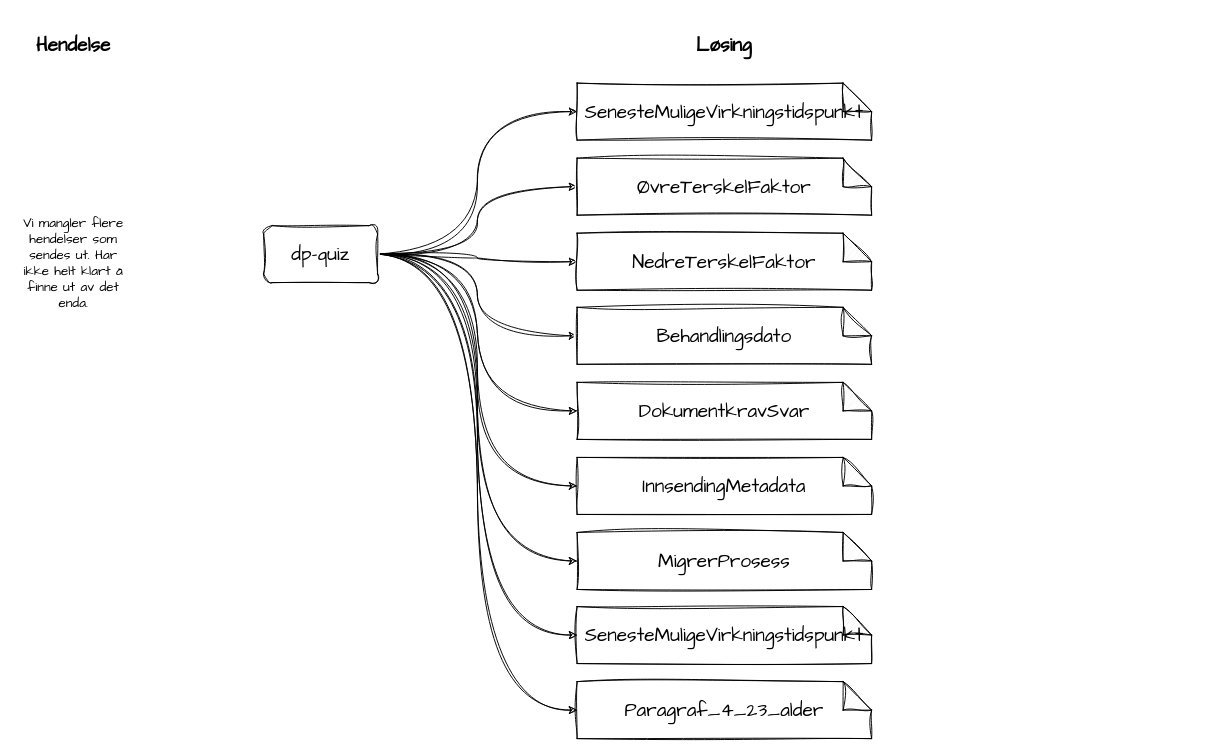
Earlier version of the draw.io diagram docs/innbyggerflater/dp-quiz-publiserer-hendelser.drawio (navikt/dp-dokumentasjon). Source tidied: cells renumbered, new cells numbered last; positions are measured from the earlier drawing's top-left corner, leaving out a move shared by most shapes. Both pictures are drawn from the tidied source at 95%, with x=0, y=0 at pixel (16, 16).
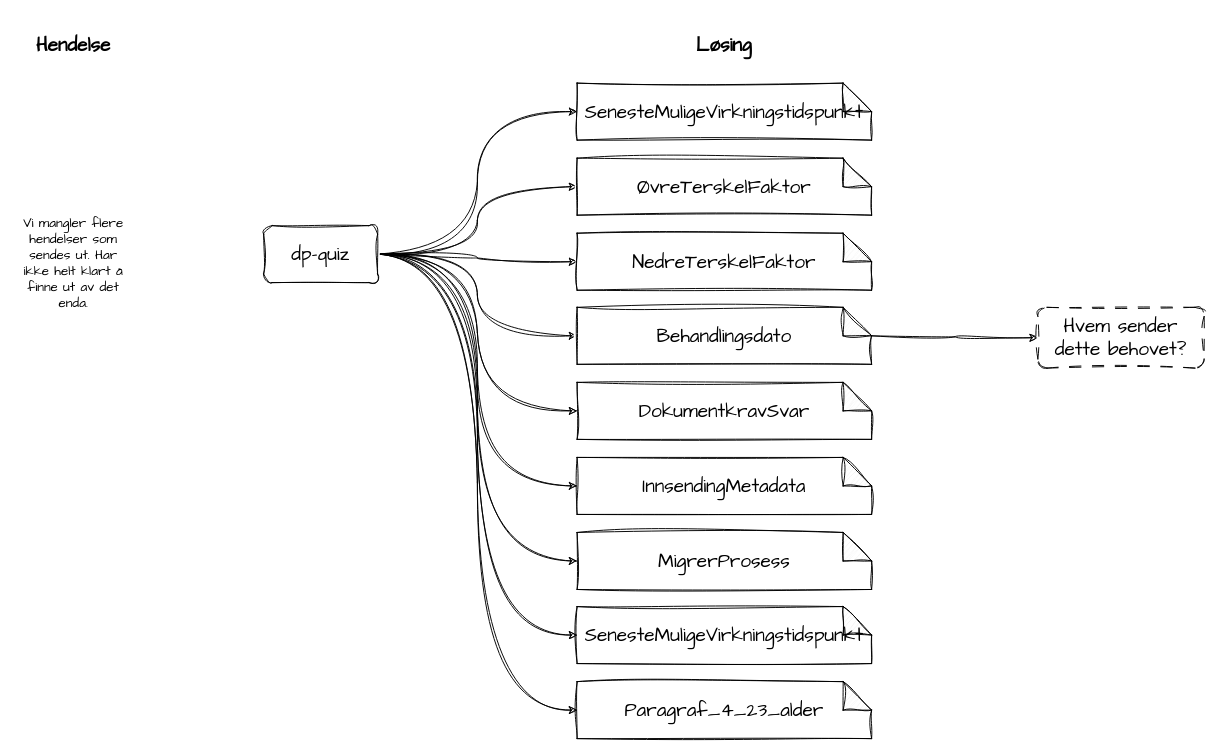
The same diagram, later.

Commit message:
Oppdatert quiz diagram

Unchanged cells that the change refers to:
```xml
<mxCell id="15" value="Behandlingsdato" style="shape=note;whiteSpace=wrap;html=1;backgroundOutline=1;darkOpacity=0.05;sketch=1;hachureGap=4;jiggle=2;curveFitting=1;fontFamily=Architects Daughter;fontSize=20;" parent="1" vertex="1">
  <mxGeometry x="590" y="306" width="310" height="60" as="geometry" />
</mxCell>
```

The edit, as a diff of the source:
```diff
@@
+    <mxCell id="24" style="edgeStyle=orthogonalEdgeStyle;curved=1;sketch=1;hachureGap=4;jiggle=2;curveFitting=1;html=1;fontFamily=Architects Daughter;fontSize=14;" parent="1" edge="1" source="15" target="25">
+      <mxGeometry relative="1" as="geometry" />
+    </mxCell>
@@
+    <mxCell id="25" value="Hvem sender dette behovet?" style="rounded=1;whiteSpace=wrap;html=1;fontSize=20;fontFamily=Architects Daughter;sketch=1;hachureGap=4;jiggle=2;curveFitting=1;dashed=1;dashPattern=12 12;" parent="1" vertex="1">
+      <mxGeometry x="1075" y="306" width="175" height="64" as="geometry" />
+    </mxCell>
```
